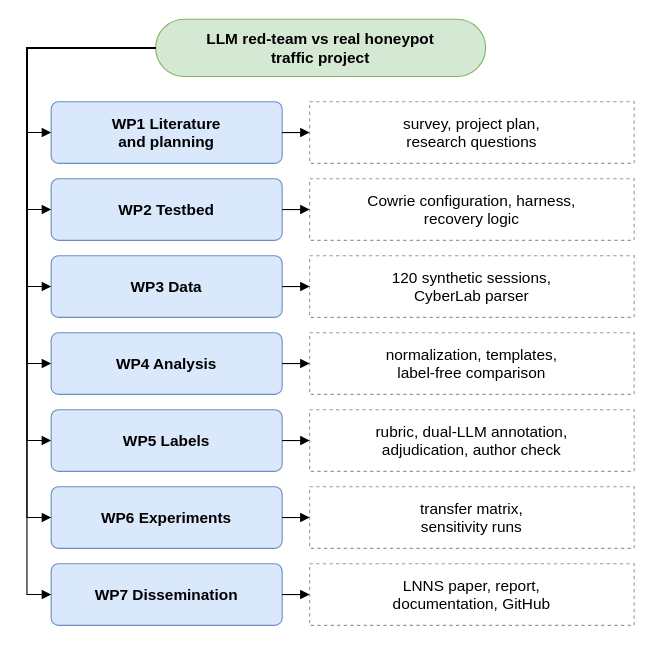
Earlier version of the draw.io diagram report/diagrams/d17_work_breakdown.drawio (parthkansal823/Honeypot_RedTeaming-paper). Source tidied: cells renumbered, new cells numbered last; positions are measured from the earlier drawing's top-left corner, leaving out a move shared by most shapes. Both pictures are drawn from the tidied source at 110%, with x=0, y=0 at pixel (26, 19).
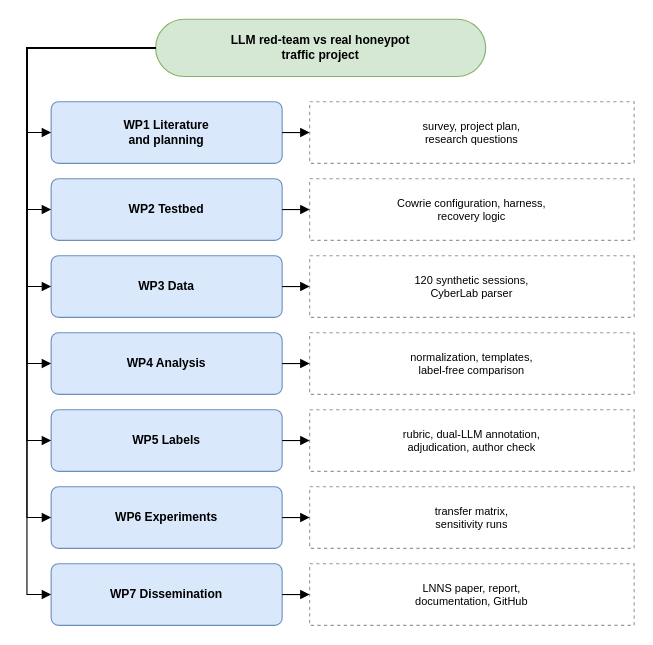
The same diagram, later.

The edit, as a diff of the source:
```diff
@@
-    <mxCell id="2" value="LLM red-team vs real honeypot&lt;br&gt;traffic project" style="rounded=1;arcSize=50;whiteSpace=wrap;html=1;fillColor=#D5E8D4;strokeColor=#82B366;fontFamily=Arial;fontSize=14;fontStyle=1;" parent="1" vertex="1">
+    <mxCell id="2" value="LLM red-team vs real honeypot&lt;br&gt;traffic project" style="rounded=1;arcSize=50;whiteSpace=wrap;html=1;fillColor=#D5E8D4;strokeColor=#82B366;fontFamily=Arial;fontSize=11;fontStyle=1;" parent="1" vertex="1">
       <mxGeometry x="117" width="300" height="52" as="geometry" />
     </mxCell>
-    <mxCell id="3" value="WP1  Literature&lt;br&gt;and planning" style="rounded=1;arcSize=12;whiteSpace=wrap;html=1;fillColor=#DAE8FC;strokeColor=#6C8EBF;fontFamily=Arial;fontSize=14;fontStyle=1;" parent="1" vertex="1">
+    <mxCell id="3" value="WP1  Literature&lt;br&gt;and planning" style="rounded=1;arcSize=12;whiteSpace=wrap;html=1;fillColor=#DAE8FC;strokeColor=#6C8EBF;fontFamily=Arial;fontSize=11;fontStyle=1;" parent="1" vertex="1">
       <mxGeometry x="22" y="75" width="210" height="56" as="geometry" />
     </mxCell>
-    <mxCell id="4" value="survey, project plan,&lt;br&gt;research questions" style="rounded=0;dashed=1;whiteSpace=wrap;html=1;fillColor=#FFFFFF;strokeColor=#999999;fontFamily=Arial;fontSize=14;" parent="1" vertex="1">
+    <mxCell id="4" value="survey, project plan,&lt;br&gt;research questions" style="rounded=0;dashed=1;whiteSpace=wrap;html=1;fillColor=#FFFFFF;strokeColor=#999999;fontFamily=Arial;fontSize=10;" parent="1" vertex="1">
       <mxGeometry x="257" y="75" width="295" height="56" as="geometry" />
     </mxCell>
-    <mxCell id="5" value="WP2  Testbed" style="rounded=1;arcSize=12;whiteSpace=wrap;html=1;fillColor=#DAE8FC;strokeColor=#6C8EBF;fontFamily=Arial;fontSize=14;fontStyle=1;" parent="1" vertex="1">
+    <mxCell id="5" value="WP2  Testbed" style="rounded=1;arcSize=12;whiteSpace=wrap;html=1;fillColor=#DAE8FC;strokeColor=#6C8EBF;fontFamily=Arial;fontSize=11;fontStyle=1;" parent="1" vertex="1">
       <mxGeometry x="22" y="145" width="210" height="56" as="geometry" />
     </mxCell>
-    <mxCell id="6" value="Cowrie configuration, harness,&lt;br&gt;recovery logic" style="rounded=0;dashed=1;whiteSpace=wrap;html=1;fillColor=#FFFFFF;strokeColor=#999999;fontFamily=Arial;fontSize=14;" parent="1" vertex="1">
+    <mxCell id="6" value="Cowrie configuration, harness,&lt;br&gt;recovery logic" style="rounded=0;dashed=1;whiteSpace=wrap;html=1;fillColor=#FFFFFF;strokeColor=#999999;fontFamily=Arial;fontSize=10;" parent="1" vertex="1">
       <mxGeometry x="257" y="145" width="295" height="56" as="geometry" />
     </mxCell>
-    <mxCell id="7" value="WP3  Data" style="rounded=1;arcSize=12;whiteSpace=wrap;html=1;fillColor=#DAE8FC;strokeColor=#6C8EBF;fontFamily=Arial;fontSize=14;fontStyle=1;" parent="1" vertex="1">
+    <mxCell id="7" value="WP3  Data" style="rounded=1;arcSize=12;whiteSpace=wrap;html=1;fillColor=#DAE8FC;strokeColor=#6C8EBF;fontFamily=Arial;fontSize=11;fontStyle=1;" parent="1" vertex="1">
       <mxGeometry x="22" y="215" width="210" height="56" as="geometry" />
     </mxCell>
-    <mxCell id="8" value="120 synthetic sessions,&lt;br&gt;CyberLab parser" style="rounded=0;dashed=1;whiteSpace=wrap;html=1;fillColor=#FFFFFF;strokeColor=#999999;fontFamily=Arial;fontSize=14;" parent="1" vertex="1">
+    <mxCell id="8" value="120 synthetic sessions,&lt;br&gt;CyberLab parser" style="rounded=0;dashed=1;whiteSpace=wrap;html=1;fillColor=#FFFFFF;strokeColor=#999999;fontFamily=Arial;fontSize=10;" parent="1" vertex="1">
       <mxGeometry x="257" y="215" width="295" height="56" as="geometry" />
     </mxCell>
-    <mxCell id="9" value="WP4  Analysis" style="rounded=1;arcSize=12;whiteSpace=wrap;html=1;fillColor=#DAE8FC;strokeColor=#6C8EBF;fontFamily=Arial;fontSize=14;fontStyle=1;" parent="1" vertex="1">
+    <mxCell id="9" value="WP4  Analysis" style="rounded=1;arcSize=12;whiteSpace=wrap;html=1;fillColor=#DAE8FC;strokeColor=#6C8EBF;fontFamily=Arial;fontSize=11;fontStyle=1;" parent="1" vertex="1">
       <mxGeometry x="22" y="285" width="210" height="56" as="geometry" />
     </mxCell>
-    <mxCell id="10" value="normalization, templates,&lt;br&gt;label-free comparison" style="rounded=0;dashed=1;whiteSpace=wrap;html=1;fillColor=#FFFFFF;strokeColor=#999999;fontFamily=Arial;fontSize=14;" parent="1" vertex="1">
+    <mxCell id="10" value="normalization, templates,&lt;br&gt;label-free comparison" style="rounded=0;dashed=1;whiteSpace=wrap;html=1;fillColor=#FFFFFF;strokeColor=#999999;fontFamily=Arial;fontSize=10;" parent="1" vertex="1">
       <mxGeometry x="257" y="285" width="295" height="56" as="geometry" />
     </mxCell>
-    <mxCell id="11" value="WP5  Labels" style="rounded=1;arcSize=12;whiteSpace=wrap;html=1;fillColor=#DAE8FC;strokeColor=#6C8EBF;fontFamily=Arial;fontSize=14;fontStyle=1;" parent="1" vertex="1">
+    <mxCell id="11" value="WP5  Labels" style="rounded=1;arcSize=12;whiteSpace=wrap;html=1;fillColor=#DAE8FC;strokeColor=#6C8EBF;fontFamily=Arial;fontSize=11;fontStyle=1;" parent="1" vertex="1">
       <mxGeometry x="22" y="355" width="210" height="56" as="geometry" />
     </mxCell>
-    <mxCell id="12" value="rubric, dual-LLM annotation,&lt;br&gt;adjudication, author check" style="rounded=0;dashed=1;whiteSpace=wrap;html=1;fillColor=#FFFFFF;strokeColor=#999999;fontFamily=Arial;fontSize=14;" parent="1" vertex="1">
+    <mxCell id="12" value="rubric, dual-LLM annotation,&lt;br&gt;adjudication, author check" style="rounded=0;dashed=1;whiteSpace=wrap;html=1;fillColor=#FFFFFF;strokeColor=#999999;fontFamily=Arial;fontSize=10;" parent="1" vertex="1">
       <mxGeometry x="257" y="355" width="295" height="56" as="geometry" />
     </mxCell>
-    <mxCell id="13" value="WP6  Experiments" style="rounded=1;arcSize=12;whiteSpace=wrap;html=1;fillColor=#DAE8FC;strokeColor=#6C8EBF;fontFamily=Arial;fontSize=14;fontStyle=1;" parent="1" vertex="1">
+    <mxCell id="13" value="WP6  Experiments" style="rounded=1;arcSize=12;whiteSpace=wrap;html=1;fillColor=#DAE8FC;strokeColor=#6C8EBF;fontFamily=Arial;fontSize=11;fontStyle=1;" parent="1" vertex="1">
       <mxGeometry x="22" y="425" width="210" height="56" as="geometry" />
     </mxCell>
-    <mxCell id="14" value="transfer matrix,&lt;br&gt;sensitivity runs" style="rounded=0;dashed=1;whiteSpace=wrap;html=1;fillColor=#FFFFFF;strokeColor=#999999;fontFamily=Arial;fontSize=14;" parent="1" vertex="1">
+    <mxCell id="14" value="transfer matrix,&lt;br&gt;sensitivity runs" style="rounded=0;dashed=1;whiteSpace=wrap;html=1;fillColor=#FFFFFF;strokeColor=#999999;fontFamily=Arial;fontSize=10;" parent="1" vertex="1">
       <mxGeometry x="257" y="425" width="295" height="56" as="geometry" />
     </mxCell>
-    <mxCell id="15" value="WP7  Dissemination" style="rounded=1;arcSize=12;whiteSpace=wrap;html=1;fillColor=#DAE8FC;strokeColor=#6C8EBF;fontFamily=Arial;fontSize=14;fontStyle=1;" parent="1" vertex="1">
+    <mxCell id="15" value="WP7  Dissemination" style="rounded=1;arcSize=12;whiteSpace=wrap;html=1;fillColor=#DAE8FC;strokeColor=#6C8EBF;fontFamily=Arial;fontSize=11;fontStyle=1;" parent="1" vertex="1">
       <mxGeometry x="22" y="495" width="210" height="56" as="geometry" />
     </mxCell>
-    <mxCell id="16" value="LNNS paper, report,&lt;br&gt;documentation, GitHub" style="rounded=0;dashed=1;whiteSpace=wrap;html=1;fillColor=#FFFFFF;strokeColor=#999999;fontFamily=Arial;fontSize=14;" parent="1" vertex="1">
+    <mxCell id="16" value="LNNS paper, report,&lt;br&gt;documentation, GitHub" style="rounded=0;dashed=1;whiteSpace=wrap;html=1;fillColor=#FFFFFF;strokeColor=#999999;fontFamily=Arial;fontSize=10;" parent="1" vertex="1">
       <mxGeometry x="257" y="495" width="295" height="56" as="geometry" />
     </mxCell>
```
